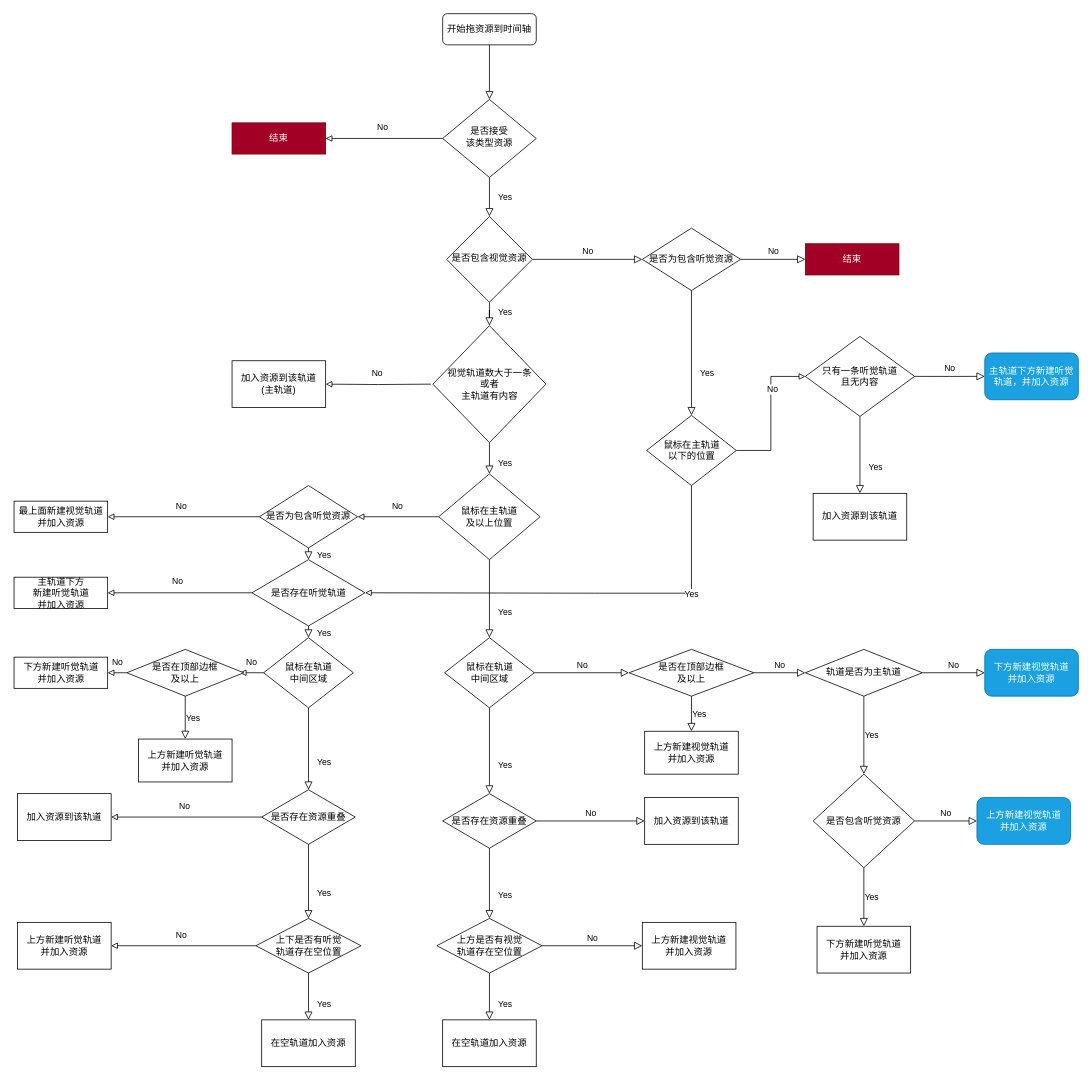
macfanr/drawio keeps this draw.io diagram as page "Page-1" (1 of 3) of drag flow.drawio. Above is the earlier version. Source tidied: cells renumbered, new cells numbered last; positions are measured from the earlier drawing's top-left corner, leaving out a move shared by most shapes. Both pictures are drawn from the tidied source at 78%, with x=0, y=0 at pixel (14, 13).
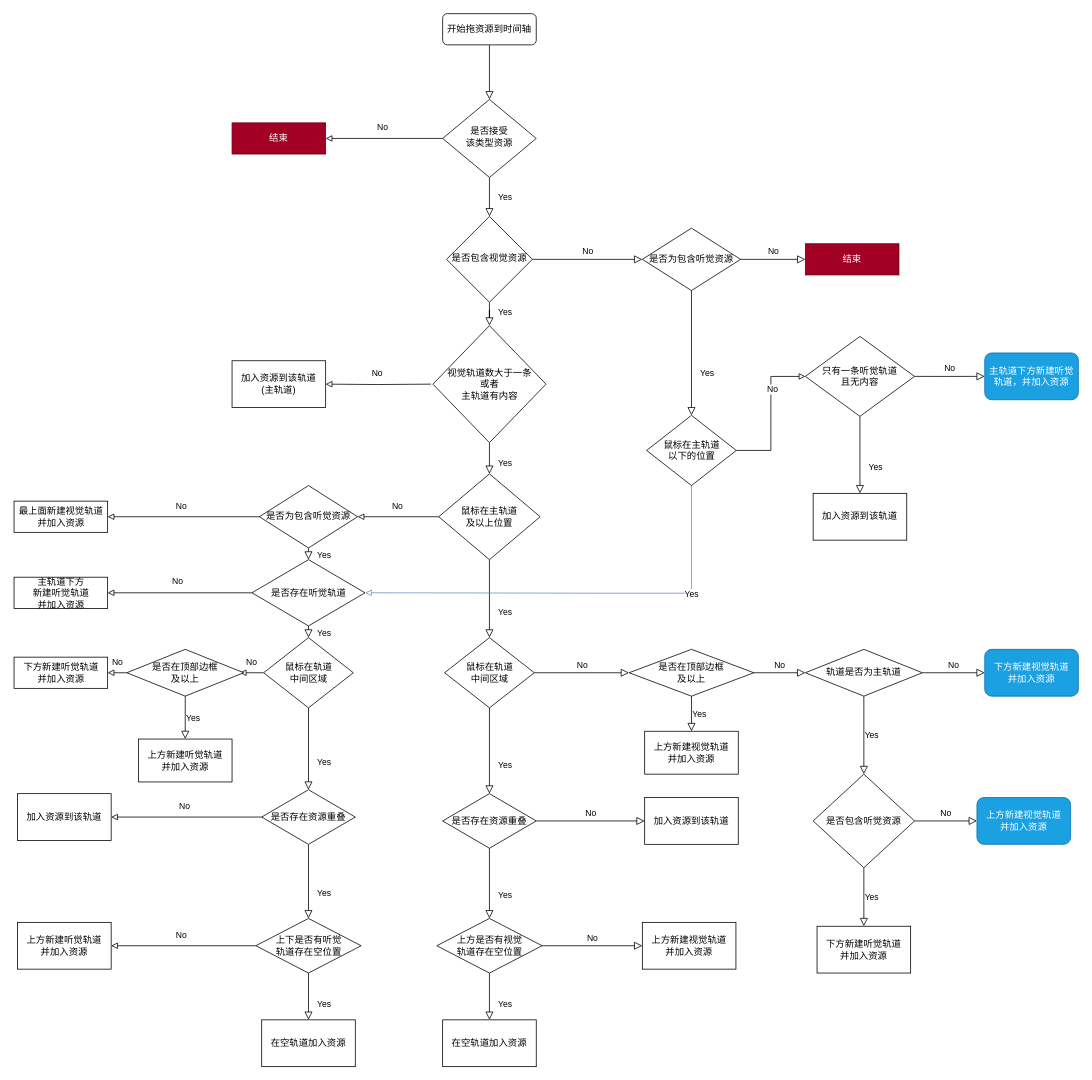
After the change.

The change refers to these unchanged cells:
```xml
<mxCell id="32" value="是否存在听觉轨道" style="rhombus;whiteSpace=wrap;html=1;" parent="1" vertex="1">
  <mxGeometry x="304.5" y="700" width="145" height="85" as="geometry" />
</mxCell>
<mxCell id="70" value="鼠标在主轨道&lt;br&gt;以下的位置" style="rhombus;whiteSpace=wrap;html=1;rounded=0;" parent="1" vertex="1">
  <mxGeometry x="810.5" y="515" width="115" height="90" as="geometry" />
</mxCell>
```

Change to the diagram source:
```diff
@@
-    <mxCell id="68" style="edgeStyle=orthogonalEdgeStyle;rounded=0;jettySize=auto;html=1;entryX=1;entryY=0.5;entryDx=0;entryDy=0;endArrow=block;endFill=0;" parent="1" edge="1" source="70" target="32">
+    <mxCell id="68" style="edgeStyle=orthogonalEdgeStyle;rounded=0;jettySize=auto;html=1;entryX=1;entryY=0.5;entryDx=0;entryDy=0;endArrow=block;endFill=0;fillColor=#dae8fc;strokeColor=#6c8ebf;" parent="1" edge="1" source="70" target="32">
       <mxGeometry relative="1" as="geometry">
         <Array as="points">
           <mxPoint x="868" y="743" />
           <mxPoint x="744" y="743" />
         </Array>
       </mxGeometry>
     </mxCell>
```
